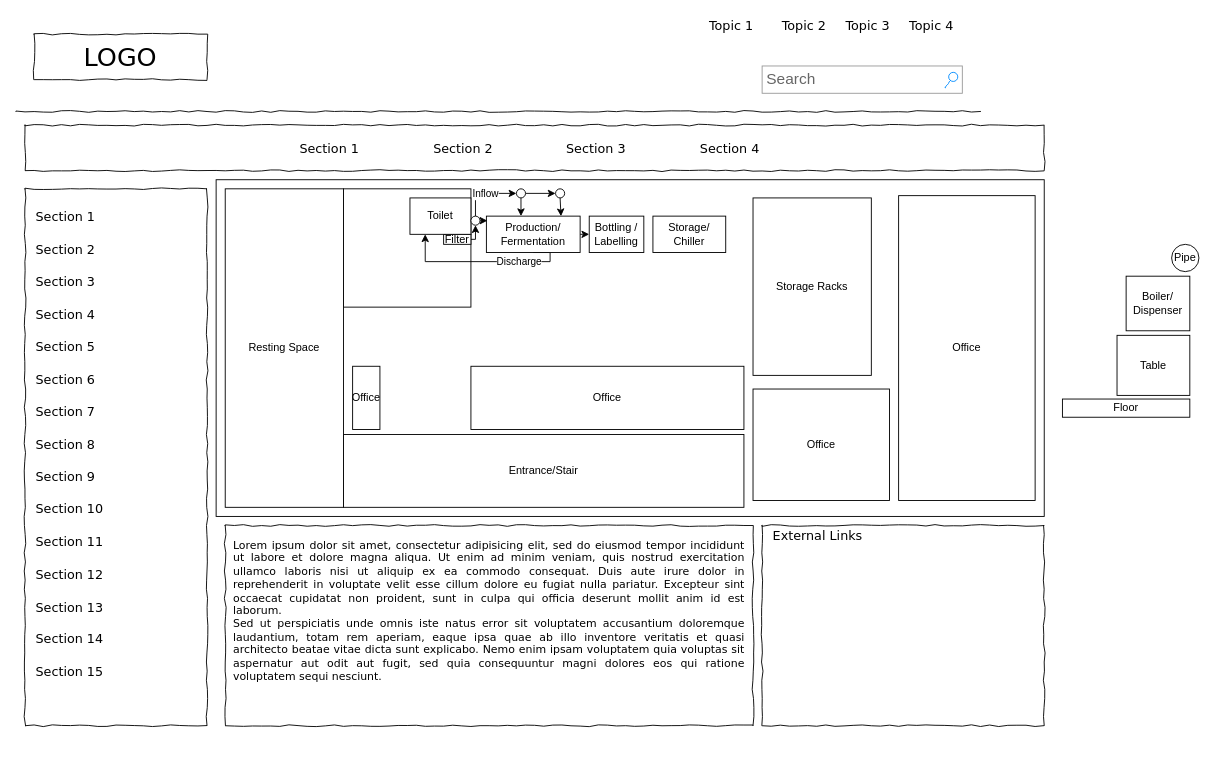
Above: Untitled Diagram.drawio in afirdaus04/layoutenstek (draw.io), before the change. Source tidied: cells renumbered, new cells numbered last; positions are measured from the earlier drawing's top-left corner, leaving out a move shared by most shapes. Both pictures are drawn from the tidied source at 91%, with x=0, y=0 at pixel (15, 15).
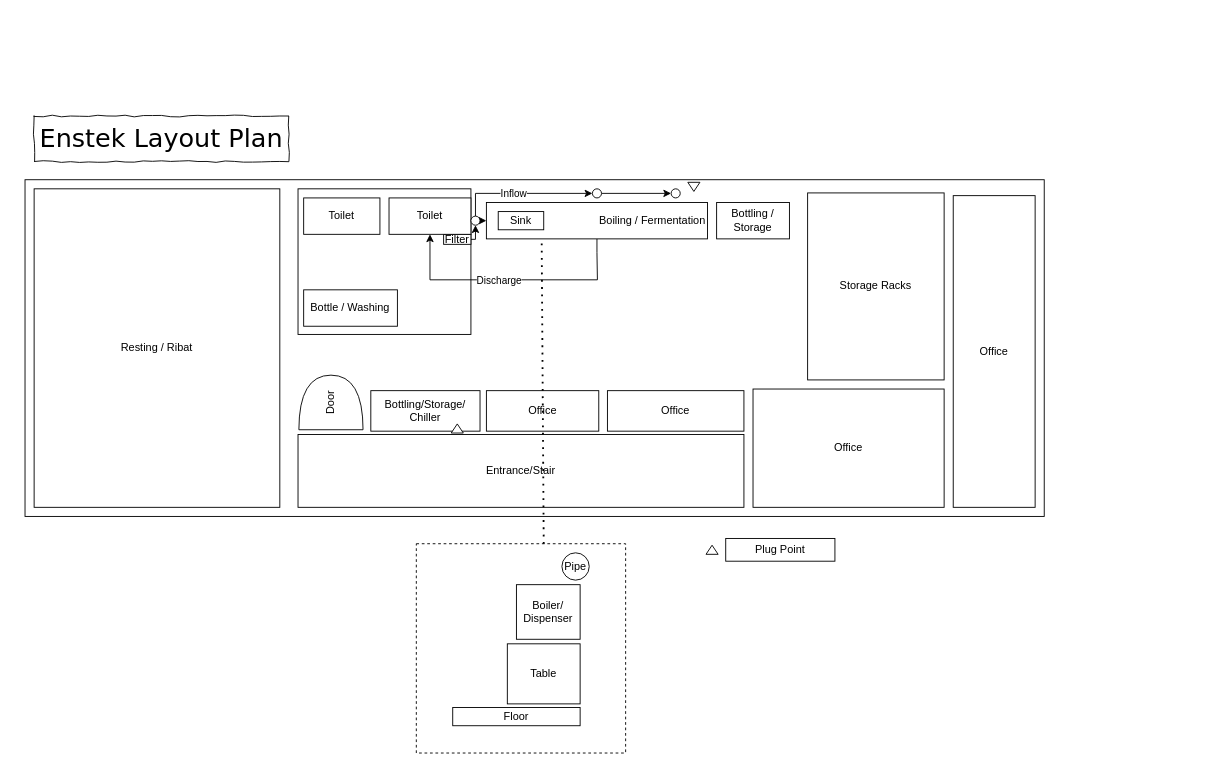
The same diagram, later.

Unchanged cells that the change refers to:
```xml
<mxCell id="53" style="ellipse;whiteSpace=wrap;html=1;" parent="1" vertex="1">
  <mxGeometry x="500" y="220" width="10" height="10" as="geometry" />
</mxCell>
```

The edit, as a diff of the source:
```diff
@@
-    <mxCell id="2" value="LOGO" style="whiteSpace=wrap;html=1;rounded=0;shadow=0;labelBackgroundColor=none;strokeWidth=1;fontFamily=Verdana;fontSize=28;align=center;comic=1;" parent="1" vertex="1">
-      <mxGeometry x="20" y="20" width="190" height="50" as="geometry" />
+    <mxCell id="2" value="Enstek Layout Plan" style="whiteSpace=wrap;html=1;rounded=0;shadow=0;labelBackgroundColor=none;strokeWidth=1;fontFamily=Verdana;fontSize=28;align=center;comic=1;" parent="1" vertex="1">
+      <mxGeometry x="20" y="110" width="280" height="50" as="geometry" />
     </mxCell>
-    <mxCell id="3" value="Search" style="strokeWidth=1;shadow=0;dashed=0;align=center;html=1;shape=mxgraph.mockup.forms.searchBox;strokeColor=#999999;mainText=;strokeColor2=#008cff;fontColor=#666666;fontSize=17;align=left;spacingLeft=3;rounded=0;labelBackgroundColor=none;comic=1;" parent="1" vertex="1">
-      <mxGeometry x="820" y="55" width="220" height="30" as="geometry" />
-    </mxCell>
-    <mxCell id="4" value="Topic 1" style="text;html=1;align=left;verticalAlign=top;spacingTop=-4;fontSize=14;fontFamily=Verdana;" parent="1" vertex="1">
-      <mxGeometry x="760" width="60" height="20" as="geometry" />
-    </mxCell>
-    <mxCell id="5" value="Topic 2" style="text;html=1;align=left;verticalAlign=top;spacingTop=-4;fontSize=14;fontFamily=Verdana;" parent="1" vertex="1">
-      <mxGeometry x="840" width="60" height="20" as="geometry" />
-    </mxCell>
-    <mxCell id="6" value="Topic 3" style="text;html=1;align=left;verticalAlign=top;spacingTop=-4;fontSize=14;fontFamily=Verdana;" parent="1" vertex="1">
-      <mxGeometry x="910" width="60" height="20" as="geometry" />
-    </mxCell>
-    <mxCell id="7" value="Topic 4" style="text;html=1;align=left;verticalAlign=top;spacingTop=-4;fontSize=14;fontFamily=Verdana;" parent="1" vertex="1">
-      <mxGeometry x="980" width="60" height="20" as="geometry" />
-    </mxCell>
-    <mxCell id="8" style="whiteSpace=wrap;html=1;rounded=0;shadow=0;labelBackgroundColor=none;strokeWidth=1;fillColor=none;fontFamily=Verdana;fontSize=12;align=center;comic=1;" parent="1" vertex="1">
-      <mxGeometry x="10" y="190" width="200" height="590" as="geometry" />
-    </mxCell>
-    <mxCell id="9" style="line;strokeWidth=1;html=1;rounded=0;shadow=0;labelBackgroundColor=none;fillColor=none;fontFamily=Verdana;fontSize=14;fontColor=#000000;align=center;comic=1;" parent="1" vertex="1">
-      <mxGeometry y="100" width="1060" height="10" as="geometry" />
-    </mxCell>
-    <mxCell id="10" style="whiteSpace=wrap;html=1;rounded=0;shadow=0;labelBackgroundColor=none;strokeWidth=1;fillColor=none;fontFamily=Verdana;fontSize=12;align=center;comic=1;" parent="1" vertex="1">
-      <mxGeometry x="10" y="120" width="1120" height="50" as="geometry" />
-    </mxCell>
-    <mxCell id="11" value="Section 1" style="text;html=1;align=left;verticalAlign=top;spacingTop=-4;fontSize=14;fontFamily=Verdana;" parent="1" vertex="1">
-      <mxGeometry x="310" y="135" width="60" height="20" as="geometry" />
-    </mxCell>
-    <mxCell id="12" value="Section 2" style="text;html=1;align=left;verticalAlign=top;spacingTop=-4;fontSize=14;fontFamily=Verdana;" parent="1" vertex="1">
-      <mxGeometry x="457" y="135" width="60" height="20" as="geometry" />
-    </mxCell>
-    <mxCell id="13" value="Section 3" style="text;html=1;align=left;verticalAlign=top;spacingTop=-4;fontSize=14;fontFamily=Verdana;" parent="1" vertex="1">
-      <mxGeometry x="603" y="135" width="60" height="20" as="geometry" />
-    </mxCell>
-    <mxCell id="14" value="Section 4" style="text;html=1;align=left;verticalAlign=top;spacingTop=-4;fontSize=14;fontFamily=Verdana;" parent="1" vertex="1">
-      <mxGeometry x="750" y="135" width="60" height="20" as="geometry" />
-    </mxCell>
-    <mxCell id="15" value="&lt;div style=&quot;text-align: justify&quot;&gt;&lt;span&gt;Lorem ipsum dolor sit amet, consectetur adipisicing elit, sed do eiusmod tempor incididunt ut labore et dolore magna aliqua. Ut enim ad minim veniam, quis nostrud exercitation ullamco laboris nisi ut aliquip ex ea commodo consequat. Duis aute irure dolor in reprehenderit in voluptate velit esse cillum dolore eu fugiat nulla pariatur. Excepteur sint occaecat cupidatat non proident, sunt in culpa qui officia deserunt mollit anim id est laborum.&lt;/span&gt;&lt;/div&gt;&lt;div style=&quot;text-align: justify&quot;&gt;&lt;span&gt;Sed ut perspiciatis unde omnis iste natus error sit voluptatem accusantium doloremque laudantium, totam rem aperiam, eaque ipsa quae ab illo inventore veritatis et quasi architecto beatae vitae dicta sunt explicabo. Nemo enim ipsam voluptatem quia voluptas sit aspernatur aut odit aut fugit, sed quia consequuntur magni dolores eos qui ratione voluptatem sequi nesciunt.&amp;nbsp;&lt;/span&gt;&lt;/div&gt;" style="whiteSpace=wrap;html=1;rounded=0;shadow=0;labelBackgroundColor=none;strokeWidth=1;fillColor=none;fontFamily=Verdana;fontSize=12;align=center;verticalAlign=top;spacing=10;comic=1;" parent="1" vertex="1">
-      <mxGeometry x="230" y="560" width="580" height="220" as="geometry" />
-    </mxCell>
-    <mxCell id="16" style="whiteSpace=wrap;html=1;rounded=0;shadow=0;labelBackgroundColor=none;strokeWidth=1;fillColor=none;fontFamily=Verdana;fontSize=12;align=center;comic=1;" parent="1" vertex="1">
-      <mxGeometry x="820" y="560" width="310" height="220" as="geometry" />
-    </mxCell>
-    <mxCell id="17" value="Section 1" style="text;html=1;align=left;verticalAlign=top;spacingTop=-4;fontSize=14;fontFamily=Verdana;" parent="1" vertex="1">
-      <mxGeometry x="20" y="210" width="170" height="20" as="geometry" />
-    </mxCell>
-    <mxCell id="18" value="Section 2" style="text;html=1;align=left;verticalAlign=top;spacingTop=-4;fontSize=14;fontFamily=Verdana;" parent="1" vertex="1">
-      <mxGeometry x="20" y="246" width="170" height="20" as="geometry" />
-    </mxCell>
-    <mxCell id="19" value="Section 3" style="text;html=1;align=left;verticalAlign=top;spacingTop=-4;fontSize=14;fontFamily=Verdana;" parent="1" vertex="1">
-      <mxGeometry x="20" y="281" width="170" height="20" as="geometry" />
-    </mxCell>
-    <mxCell id="20" value="Section 4" style="text;html=1;align=left;verticalAlign=top;spacingTop=-4;fontSize=14;fontFamily=Verdana;" parent="1" vertex="1">
-      <mxGeometry x="20" y="317" width="170" height="20" as="geometry" />
-    </mxCell>
-    <mxCell id="21" value="Section 7" style="text;html=1;align=left;verticalAlign=top;spacingTop=-4;fontSize=14;fontFamily=Verdana;" parent="1" vertex="1">
-      <mxGeometry x="20" y="424" width="170" height="20" as="geometry" />
-    </mxCell>
-    <mxCell id="22" value="Section 8" style="text;html=1;align=left;verticalAlign=top;spacingTop=-4;fontSize=14;fontFamily=Verdana;" parent="1" vertex="1">
-      <mxGeometry x="20" y="460" width="170" height="20" as="geometry" />
-    </mxCell>
-    <mxCell id="23" value="Section 9" style="text;html=1;align=left;verticalAlign=top;spacingTop=-4;fontSize=14;fontFamily=Verdana;" parent="1" vertex="1">
-      <mxGeometry x="20" y="496" width="170" height="20" as="geometry" />
-    </mxCell>
-    <mxCell id="24" value="Section 10" style="text;html=1;align=left;verticalAlign=top;spacingTop=-4;fontSize=14;fontFamily=Verdana;" parent="1" vertex="1">
-      <mxGeometry x="20" y="531" width="170" height="20" as="geometry" />
-    </mxCell>
-    <mxCell id="25" value="Section 11" style="text;html=1;align=left;verticalAlign=top;spacingTop=-4;fontSize=14;fontFamily=Verdana;" parent="1" vertex="1">
-      <mxGeometry x="20" y="567" width="170" height="20" as="geometry" />
-    </mxCell>
-    <mxCell id="26" value="Section 12" style="text;html=1;align=left;verticalAlign=top;spacingTop=-4;fontSize=14;fontFamily=Verdana;" parent="1" vertex="1">
-      <mxGeometry x="20" y="603" width="170" height="20" as="geometry" />
-    </mxCell>
-    <mxCell id="27" value="Section 13" style="text;html=1;align=left;verticalAlign=top;spacingTop=-4;fontSize=14;fontFamily=Verdana;" parent="1" vertex="1">
-      <mxGeometry x="20" y="639" width="170" height="20" as="geometry" />
-    </mxCell>
-    <mxCell id="28" value="Section 14" style="text;html=1;align=left;verticalAlign=top;spacingTop=-4;fontSize=14;fontFamily=Verdana;" parent="1" vertex="1">
-      <mxGeometry x="20" y="674" width="170" height="20" as="geometry" />
-    </mxCell>
-    <mxCell id="29" value="Section 5" style="text;html=1;align=left;verticalAlign=top;spacingTop=-4;fontSize=14;fontFamily=Verdana;" parent="1" vertex="1">
-      <mxGeometry x="20" y="353" width="170" height="20" as="geometry" />
-    </mxCell>
-    <mxCell id="30" value="Section 6" style="text;html=1;align=left;verticalAlign=top;spacingTop=-4;fontSize=14;fontFamily=Verdana;" parent="1" vertex="1">
-      <mxGeometry x="20" y="389" width="170" height="20" as="geometry" />
-    </mxCell>
-    <mxCell id="31" value="Section 15" style="text;html=1;align=left;verticalAlign=top;spacingTop=-4;fontSize=14;fontFamily=Verdana;" parent="1" vertex="1">
-      <mxGeometry x="20" y="710" width="170" height="20" as="geometry" />
-    </mxCell>
-    <mxCell id="32" value="External Links" style="text;html=1;align=left;verticalAlign=top;spacingTop=-4;fontSize=14;fontFamily=Verdana;" parent="1" vertex="1">
-      <mxGeometry x="830" y="560" width="170" height="20" as="geometry" />
-    </mxCell>
     <mxCell id="33" style="rounded=0;whiteSpace=wrap;html=1;" parent="1" vertex="1">
-      <mxGeometry x="220" y="180" width="910" height="370" as="geometry" />
+      <mxGeometry x="10" y="180" width="1120" height="370" as="geometry" />
     </mxCell>
     <mxCell id="34" style="rounded=0;whiteSpace=wrap;html=1;" parent="1" vertex="1">
-      <mxGeometry x="360" y="190" width="140" height="130" as="geometry" />
+      <mxGeometry x="310" y="190" width="190" height="160" as="geometry" />
     </mxCell>
     <mxCell id="35" value="Entrance/Stair" style="rounded=0;whiteSpace=wrap;html=1;" parent="1" vertex="1">
-      <mxGeometry x="360" y="460" width="440" height="80" as="geometry" />
+      <mxGeometry x="310" y="460" width="490" height="80" as="geometry" />
     </mxCell>
-    <mxCell id="36" style="edgeStyle=orthogonalEdgeStyle;rounded=0;jettySize=auto;html=1;exitX=0.5;exitY=1;exitDx=0;exitDy=0;entryX=0.25;entryY=1;entryDx=0;entryDy=0;" parent="1" edge="1" source="39" target="44">
+    <mxCell id="36" style="edgeStyle=orthogonalEdgeStyle;rounded=0;jettySize=auto;html=1;exitX=0.5;exitY=1;exitDx=0;exitDy=0;entryX=0.5;entryY=1;entryDx=0;entryDy=0;" parent="1" edge="1" source="39" target="44">
       <mxGeometry relative="1" as="geometry">
         <Array as="points">
-          <mxPoint x="587" y="270" />
-          <mxPoint x="450" y="270" />
+          <mxPoint x="639" y="260" />
+          <mxPoint x="639" y="290" />
+          <mxPoint x="455" y="290" />
         </Array>
       </mxGeometry>
     </mxCell>
     <mxCell id="37" value="Discharge" style="edgeLabel;html=1;align=center;verticalAlign=middle;" parent="36" vertex="1">
-      <mxGeometry x="-0.36" y="-1" relative="1" as="geometry" />
+      <mxGeometry x="-0.36" y="-1" relative="1" as="geometry">
+        <mxPoint x="-65" y="1" as="offset" />
+      </mxGeometry>
     </mxCell>
-    <mxCell id="38" style="edgeStyle=orthogonalEdgeStyle;rounded=0;jettySize=auto;html=1;exitX=1;exitY=0.5;exitDx=0;exitDy=0;entryX=0;entryY=0.5;entryDx=0;entryDy=0;" parent="1" edge="1" source="39" target="40">
-      <mxGeometry relative="1" as="geometry" />
-    </mxCell>
-    <mxCell id="39" value="Production/ Fermentation" style="rounded=0;whiteSpace=wrap;html=1;" parent="1" vertex="1">
-      <mxGeometry x="517" y="220" width="103" height="40" as="geometry" />
+    <mxCell id="39" value="Boiling / Fermentation" style="rounded=0;whiteSpace=wrap;html=1;align=right;" parent="1" vertex="1">
+      <mxGeometry x="517" y="205" width="243" height="40" as="geometry" />
     </mxCell>
-    <mxCell id="40" value="Bottling / Labelling" style="rounded=0;whiteSpace=wrap;html=1;" parent="1" vertex="1">
-      <mxGeometry x="630" y="220" width="60" height="40" as="geometry" />
-    </mxCell>
-    <mxCell id="41" value="Storage/ Chiller" style="rounded=0;whiteSpace=wrap;html=1;" parent="1" vertex="1">
-      <mxGeometry x="700" y="220" width="80" height="40" as="geometry" />
+    <mxCell id="41" value="Bottling / Storage" style="rounded=0;whiteSpace=wrap;html=1;" parent="1" vertex="1">
+      <mxGeometry x="770" y="205" width="80" height="40" as="geometry" />
     </mxCell>
@@
     <mxCell id="44" value="Toilet" style="rounded=0;whiteSpace=wrap;html=1;" parent="1" vertex="1">
-      <mxGeometry x="433" y="200" width="67" height="40" as="geometry" />
+      <mxGeometry x="410" y="200" width="90" height="40" as="geometry" />
     </mxCell>
@@
-    <mxCell id="46" style="edgeStyle=orthogonalEdgeStyle;rounded=0;jettySize=auto;html=1;exitX=0.5;exitY=1;exitDx=0;exitDy=0;entryX=0.369;entryY=0;entryDx=0;entryDy=0;entryPerimeter=0;" parent="1" edge="1" source="47" target="39">
-      <mxGeometry relative="1" as="geometry" />
-    </mxCell>
     <mxCell id="47" style="ellipse;whiteSpace=wrap;html=1;" parent="1" vertex="1">
-      <mxGeometry x="550" y="190" width="10" height="10" as="geometry" />
+      <mxGeometry x="633.5" y="190" width="10" height="10" as="geometry" />
     </mxCell>
-    <mxCell id="48" style="edgeStyle=orthogonalEdgeStyle;rounded=0;jettySize=auto;html=1;exitX=0.5;exitY=1;exitDx=0;exitDy=0;entryX=0.796;entryY=0.002;entryDx=0;entryDy=0;entryPerimeter=0;" parent="1" edge="1" source="49" target="39">
-      <mxGeometry relative="1" as="geometry">
-        <Array as="points">
-          <mxPoint x="598" y="220" />
-        </Array>
-      </mxGeometry>
-    </mxCell>
     <mxCell id="49" style="ellipse;whiteSpace=wrap;html=1;" parent="1" vertex="1">
-      <mxGeometry x="593" y="190" width="10" height="10" as="geometry" />
+      <mxGeometry x="720" y="190" width="10" height="10" as="geometry" />
     </mxCell>
@@
-    <mxCell id="52" style="edgeStyle=orthogonalEdgeStyle;rounded=0;jettySize=auto;html=1;exitX=1;exitY=0.5;exitDx=0;exitDy=0;entryX=0.011;entryY=0.131;entryDx=0;entryDy=0;entryPerimeter=0;" parent="1" edge="1" source="53" target="39">
+    <mxCell id="52" style="edgeStyle=orthogonalEdgeStyle;rounded=0;jettySize=auto;html=1;exitX=1;exitY=0.5;exitDx=0;exitDy=0;entryX=0;entryY=0.5;entryDx=0;entryDy=0;" parent="1" edge="1" source="53" target="39">
       <mxGeometry relative="1" as="geometry" />
     </mxCell>
@@
     <mxCell id="54" value="Floor" style="rounded=0;whiteSpace=wrap;html=1;" parent="1" vertex="1">
-      <mxGeometry x="1150" y="421" width="140" height="20" as="geometry" />
+      <mxGeometry x="480" y="760" width="140" height="20" as="geometry" />
     </mxCell>
     <mxCell id="55" value="Table" style="rounded=0;whiteSpace=wrap;html=1;" parent="1" vertex="1">
-      <mxGeometry x="1210" y="351" width="80" height="66" as="geometry" />
+      <mxGeometry x="540" y="690" width="80" height="66" as="geometry" />
     </mxCell>
     <mxCell id="56" value="Boiler/ Dispenser" style="rounded=0;html=1;whiteSpace=wrap;" parent="1" vertex="1">
-      <mxGeometry x="1220" y="286" width="70" height="60" as="geometry" />
+      <mxGeometry x="550" y="625" width="70" height="60" as="geometry" />
     </mxCell>
     <mxCell id="57" value="Pipe" style="ellipse;whiteSpace=wrap;html=1;" parent="1" vertex="1">
-      <mxGeometry x="1270" y="251" width="30" height="30" as="geometry" />
+      <mxGeometry x="600" y="590" width="30" height="30" as="geometry" />
     </mxCell>
     <mxCell id="58" value="Office" style="rounded=0;whiteSpace=wrap;html=1;" parent="1" vertex="1">
-      <mxGeometry x="970" y="197.5" width="150" height="335" as="geometry" />
+      <mxGeometry x="1030" y="197.5" width="90" height="342.5" as="geometry" />
     </mxCell>
     <mxCell id="59" value="Storage Racks" style="rounded=0;whiteSpace=wrap;html=1;" parent="1" vertex="1">
-      <mxGeometry x="810" y="200" width="130" height="195" as="geometry" />
+      <mxGeometry x="870" y="194.5" width="150" height="205.5" as="geometry" />
     </mxCell>
     <mxCell id="60" value="Office" style="rounded=0;whiteSpace=wrap;html=1;" parent="1" vertex="1">
-      <mxGeometry x="810" y="410" width="150" height="122.5" as="geometry" />
+      <mxGeometry x="810" y="410" width="210" height="130" as="geometry" />
     </mxCell>
     <mxCell id="61" value="Office" style="rounded=0;whiteSpace=wrap;html=1;" parent="1" vertex="1">
-      <mxGeometry x="500" y="385" width="300" height="69.5" as="geometry" />
+      <mxGeometry x="650" y="411.8" width="150" height="44.5" as="geometry" />
     </mxCell>
-    <mxCell id="62" value="Resting Space" style="rounded=0;whiteSpace=wrap;html=1;" parent="1" vertex="1">
-      <mxGeometry x="230" y="190" width="130" height="350" as="geometry" />
+    <mxCell id="62" value="Resting / Ribat" style="rounded=0;whiteSpace=wrap;html=1;" parent="1" vertex="1">
+      <mxGeometry x="20" y="190" width="270" height="350" as="geometry" />
     </mxCell>
-    <mxCell id="63" value="Office" style="rounded=0;whiteSpace=wrap;html=1;" parent="1" vertex="1">
-      <mxGeometry x="370" y="385" width="30" height="69.5" as="geometry" />
+    <mxCell id="63" value="Bottling/Storage/ Chiller" style="rounded=0;whiteSpace=wrap;html=1;" parent="1" vertex="1">
+      <mxGeometry x="390" y="411.8" width="120" height="44.5" as="geometry" />
     </mxCell>
+    <mxCell id="64" value="Office" style="rounded=0;whiteSpace=wrap;html=1;" parent="1" vertex="1">
+      <mxGeometry x="517" y="411.8" width="123.5" height="44.5" as="geometry" />
+    </mxCell>
+    <mxCell id="65" value="Bottle / Washing" style="rounded=0;whiteSpace=wrap;html=1;" parent="1" vertex="1">
+      <mxGeometry x="316.2" y="301" width="103" height="40" as="geometry" />
+    </mxCell>
+    <mxCell id="66" value="Door" style="shape=or;whiteSpace=wrap;html=1;rotation=-90;" parent="1" vertex="1">
+      <mxGeometry x="316.2" y="389.5" width="60" height="70.5" as="geometry" />
+    </mxCell>
+    <mxCell id="67" value="Sink" style="rounded=0;whiteSpace=wrap;html=1;" parent="1" vertex="1">
+      <mxGeometry x="530" y="215" width="50" height="20" as="geometry" />
+    </mxCell>
+    <mxCell id="68" value="Toilet" style="rounded=0;whiteSpace=wrap;html=1;" parent="1" vertex="1">
+      <mxGeometry x="316.2" y="200" width="83.8" height="40" as="geometry" />
+    </mxCell>
+    <mxCell id="69" style="triangle;whiteSpace=wrap;html=1;rotation=90;" parent="1" vertex="1">
+      <mxGeometry x="740" y="181.2" width="10" height="13.3" as="geometry" />
+    </mxCell>
+    <mxCell id="70" style="triangle;whiteSpace=wrap;html=1;rotation=-90;" parent="1" vertex="1">
+      <mxGeometry x="480" y="446.7" width="10" height="13.3" as="geometry" />
+    </mxCell>
+    <mxCell id="71" style="endArrow=none;dashed=1;html=1;dashPattern=1 3;strokeWidth=2;rounded=0;entryX=0.25;entryY=1;entryDx=0;entryDy=0;" parent="1" edge="1" target="39">
+      <mxGeometry relative="1" as="geometry">
+        <mxPoint x="580" y="580" as="sourcePoint" />
+      </mxGeometry>
+    </mxCell>
+    <mxCell id="72" style="whiteSpace=wrap;html=1;dashed=1;fillColor=none;" parent="1" vertex="1">
+      <mxGeometry x="440" y="580" width="230" height="230" as="geometry" />
+    </mxCell>
+    <mxCell id="73" style="triangle;whiteSpace=wrap;html=1;rotation=-90;" parent="1" vertex="1">
+      <mxGeometry x="760" y="580" width="10" height="13.3" as="geometry" />
+    </mxCell>
+    <mxCell id="74" value="Plug Point" style="rounded=0;whiteSpace=wrap;html=1;fillColor=none;" parent="1" vertex="1">
+      <mxGeometry x="780" y="574.2" width="120" height="25" as="geometry" />
+    </mxCell>
```
